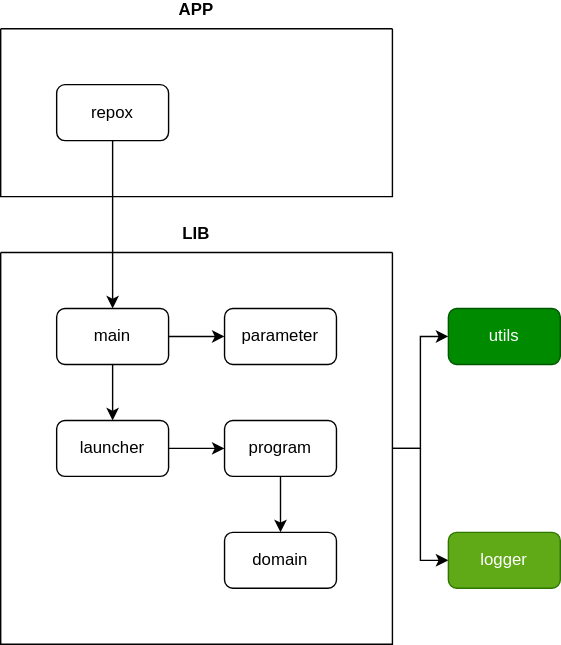
Above: docs/dependency.svg in jaqba98/repox (draw.io), before the change. Source tidied: cells renumbered, new cells last; positions are measured from the earlier drawing's top-left corner, leaving out a move shared by most shapes.
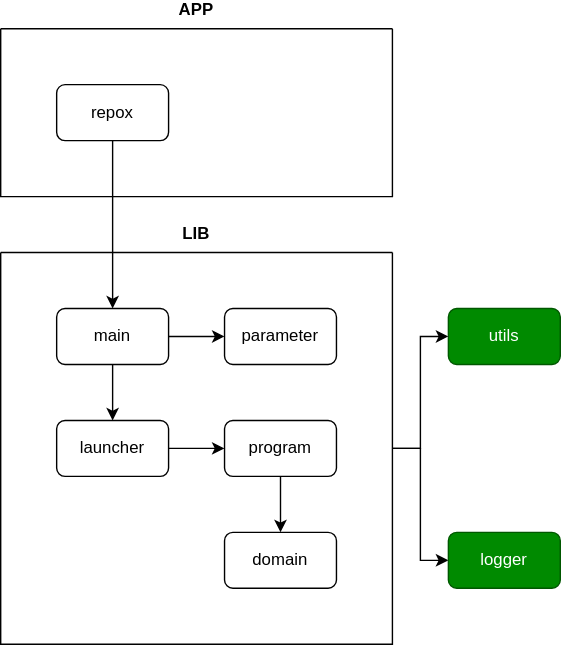
Above is the later version.

Change to the diagram source:
```diff
@@ -41,7 +41,7 @@
     <mxCell id="14" style="edgeStyle=orthogonalEdgeStyle;rounded=0;jettySize=auto;html=1;" parent="5" edge="1" source="11" target="13">
       <mxGeometry relative="1" as="geometry" />
     </mxCell>
-    <mxCell id="15" value="logger" style="rounded=1;whiteSpace=wrap;html=1;sketch=0;shadow=0;fillColor=#60a917;fontColor=#ffffff;strokeColor=#2D7600;" parent="1" vertex="1">
+    <mxCell id="15" value="logger" style="rounded=1;whiteSpace=wrap;html=1;sketch=0;shadow=0;fillColor=#008a00;fontColor=#ffffff;strokeColor=#005700;" parent="1" vertex="1">
       <mxGeometry x="320" y="360" width="80" height="40" as="geometry" />
     </mxCell>
     <mxCell id="16" value="APP&#10;&#10;" style="swimlane;startSize=0;" parent="1" vertex="1">
```
